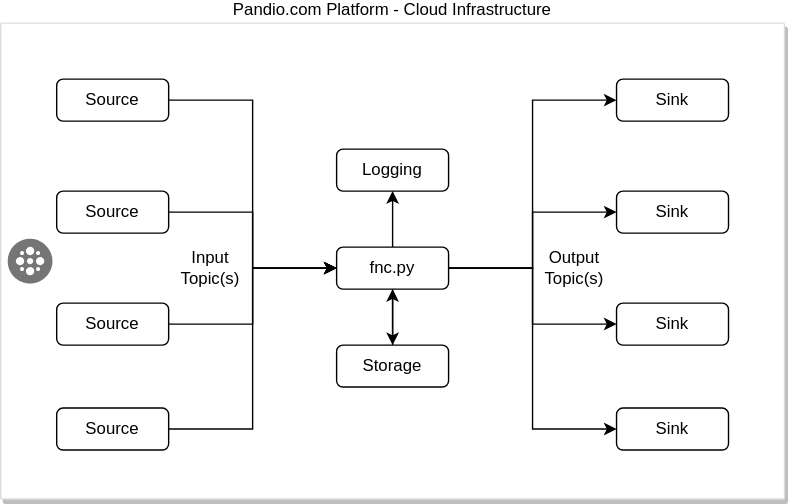
This is assets/PandioML+PandioCLI.svg from pandio-com/pandioml, a draw.io export, as it was before one commit. Source tidied: cells renumbered, new cells last; positions are measured from the earlier drawing's top-left corner, leaving out a move shared by most shapes. Its diagram source:
```xml
<mxGraphModel>
  <root>
    <mxCell id="0" />
    <mxCell id="1" parent="0" />
    <mxCell id="2" value="Pandio.com Platform - Cloud Infrastructure" style="strokeColor=#dddddd;shadow=1;strokeWidth=1;rounded=1;absoluteArcSize=1;arcSize=2;labelPosition=center;verticalLabelPosition=top;align=center;verticalAlign=bottom;" parent="1" vertex="1">
      <mxGeometry width="560" height="340" as="geometry" />
    </mxCell>
    <mxCell id="3" style="dashed=0;html=1;fillColor=#757575;strokeColor=none;shape=mxgraph.gcp2.cluster;labelPosition=right;verticalLabelPosition=middle;align=left;verticalAlign=middle;spacingLeft=5;fontSize=12;" parent="2" vertex="1">
      <mxGeometry y="0.5" width="32" height="32" relative="1" as="geometry">
        <mxPoint x="5" y="-16" as="offset" />
      </mxGeometry>
    </mxCell>
    <mxCell id="4" style="edgeStyle=orthogonalEdgeStyle;rounded=0;jettySize=auto;html=1;entryX=0;entryY=0.5;entryDx=0;entryDy=0;" parent="1" edge="1" source="5" target="18">
      <mxGeometry relative="1" as="geometry" />
    </mxCell>
    <mxCell id="5" value="Source" style="rounded=1;whiteSpace=wrap;html=1;" parent="1" vertex="1">
      <mxGeometry x="40" y="40" width="80" height="30" as="geometry" />
    </mxCell>
    <mxCell id="6" style="edgeStyle=orthogonalEdgeStyle;rounded=0;jettySize=auto;html=1;entryX=0;entryY=0.5;entryDx=0;entryDy=0;" parent="1" edge="1" source="7" target="18">
      <mxGeometry relative="1" as="geometry" />
    </mxCell>
    <mxCell id="7" value="Source" style="rounded=1;whiteSpace=wrap;html=1;" parent="1" vertex="1">
      <mxGeometry x="40" y="120" width="80" height="30" as="geometry" />
    </mxCell>
    <mxCell id="8" style="edgeStyle=orthogonalEdgeStyle;rounded=0;jettySize=auto;html=1;entryX=0;entryY=0.5;entryDx=0;entryDy=0;" parent="1" edge="1" source="9" target="18">
      <mxGeometry relative="1" as="geometry" />
    </mxCell>
    <mxCell id="9" value="Source" style="rounded=1;whiteSpace=wrap;html=1;" parent="1" vertex="1">
      <mxGeometry x="40" y="200" width="80" height="30" as="geometry" />
    </mxCell>
    <mxCell id="10" style="edgeStyle=orthogonalEdgeStyle;rounded=0;jettySize=auto;html=1;entryX=0;entryY=0.5;entryDx=0;entryDy=0;" parent="1" edge="1" source="11" target="18">
      <mxGeometry relative="1" as="geometry" />
    </mxCell>
    <mxCell id="11" value="Source" style="rounded=1;whiteSpace=wrap;html=1;" parent="1" vertex="1">
      <mxGeometry x="40" y="275" width="80" height="30" as="geometry" />
    </mxCell>
    <mxCell id="12" style="edgeStyle=orthogonalEdgeStyle;rounded=0;jettySize=auto;html=1;entryX=0;entryY=0.5;entryDx=0;entryDy=0;" parent="1" edge="1" source="18" target="20">
      <mxGeometry relative="1" as="geometry" />
    </mxCell>
    <mxCell id="13" style="edgeStyle=orthogonalEdgeStyle;rounded=0;jettySize=auto;html=1;entryX=0;entryY=0.5;entryDx=0;entryDy=0;" parent="1" edge="1" source="18" target="19">
      <mxGeometry relative="1" as="geometry" />
    </mxCell>
    <mxCell id="14" style="edgeStyle=orthogonalEdgeStyle;rounded=0;jettySize=auto;html=1;entryX=0;entryY=0.5;entryDx=0;entryDy=0;" parent="1" edge="1" source="18" target="21">
      <mxGeometry relative="1" as="geometry" />
    </mxCell>
    <mxCell id="15" style="edgeStyle=orthogonalEdgeStyle;rounded=0;jettySize=auto;html=1;entryX=0;entryY=0.5;entryDx=0;entryDy=0;" parent="1" edge="1" source="18" target="22">
      <mxGeometry relative="1" as="geometry" />
    </mxCell>
    <mxCell id="16" style="edgeStyle=orthogonalEdgeStyle;rounded=0;jettySize=auto;html=1;" parent="1" edge="1" source="18" target="24">
      <mxGeometry relative="1" as="geometry" />
    </mxCell>
    <mxCell id="17" style="edgeStyle=orthogonalEdgeStyle;rounded=0;jettySize=auto;html=1;entryX=0.5;entryY=1;entryDx=0;entryDy=0;" parent="1" edge="1" source="18" target="25">
      <mxGeometry relative="1" as="geometry" />
    </mxCell>
    <mxCell id="18" value="fnc.py" style="rounded=1;whiteSpace=wrap;html=1;" parent="1" vertex="1">
      <mxGeometry x="240" y="160" width="80" height="30" as="geometry" />
    </mxCell>
    <mxCell id="19" value="Sink" style="rounded=1;whiteSpace=wrap;html=1;" parent="1" vertex="1">
      <mxGeometry x="440" y="120" width="80" height="30" as="geometry" />
    </mxCell>
    <mxCell id="20" value="Sink" style="rounded=1;whiteSpace=wrap;html=1;" parent="1" vertex="1">
      <mxGeometry x="440" y="40" width="80" height="30" as="geometry" />
    </mxCell>
    <mxCell id="21" value="Sink" style="rounded=1;whiteSpace=wrap;html=1;" parent="1" vertex="1">
      <mxGeometry x="440" y="200" width="80" height="30" as="geometry" />
    </mxCell>
    <mxCell id="22" value="Sink" style="rounded=1;whiteSpace=wrap;html=1;" parent="1" vertex="1">
      <mxGeometry x="440" y="275" width="80" height="30" as="geometry" />
    </mxCell>
    <mxCell id="23" style="edgeStyle=orthogonalEdgeStyle;rounded=0;jettySize=auto;html=1;entryX=0.5;entryY=1;entryDx=0;entryDy=0;" parent="1" edge="1" source="24" target="18">
      <mxGeometry relative="1" as="geometry" />
    </mxCell>
    <mxCell id="24" value="Storage" style="rounded=1;whiteSpace=wrap;html=1;" parent="1" vertex="1">
      <mxGeometry x="240" y="230" width="80" height="30" as="geometry" />
    </mxCell>
    <mxCell id="25" value="Logging" style="rounded=1;whiteSpace=wrap;html=1;" parent="1" vertex="1">
      <mxGeometry x="240" y="90" width="80" height="30" as="geometry" />
    </mxCell>
    <mxCell id="26" value="Input Topic(s)" style="text;html=1;strokeColor=none;fillColor=none;align=center;verticalAlign=middle;whiteSpace=wrap;rounded=0;" parent="1" vertex="1">
      <mxGeometry x="130" y="165" width="40" height="20" as="geometry" />
    </mxCell>
    <mxCell id="27" value="Output Topic(s)" style="text;html=1;strokeColor=none;fillColor=none;align=center;verticalAlign=middle;whiteSpace=wrap;rounded=0;" parent="1" vertex="1">
      <mxGeometry x="390" y="165" width="40" height="20" as="geometry" />
    </mxCell>
  </root>
</mxGraphModel>
```
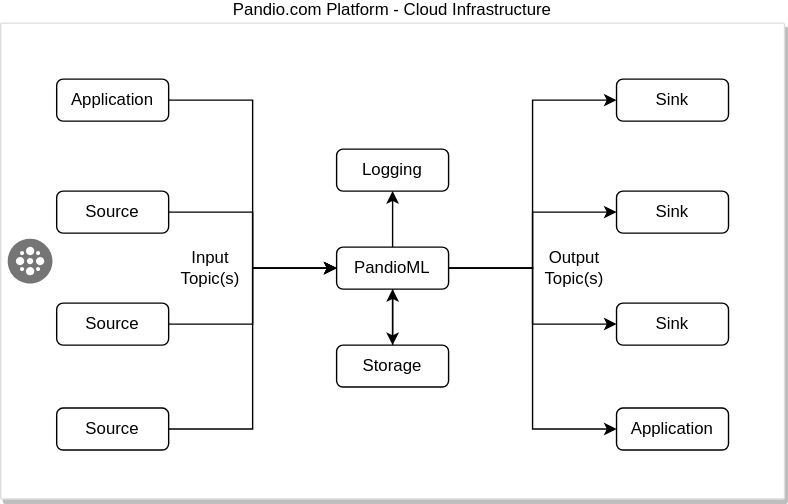
After the commit.

Diff of the diagram source:
```diff
@@ -13,7 +13,7 @@
     <mxCell id="4" style="edgeStyle=orthogonalEdgeStyle;rounded=0;jettySize=auto;html=1;entryX=0;entryY=0.5;entryDx=0;entryDy=0;" parent="1" edge="1" source="5" target="18">
       <mxGeometry relative="1" as="geometry" />
     </mxCell>
-    <mxCell id="5" value="Source" style="rounded=1;whiteSpace=wrap;html=1;" parent="1" vertex="1">
+    <mxCell id="5" value="Application" style="rounded=1;whiteSpace=wrap;html=1;" parent="1" vertex="1">
       <mxGeometry x="40" y="40" width="80" height="30" as="geometry" />
     </mxCell>
     <mxCell id="6" style="edgeStyle=orthogonalEdgeStyle;rounded=0;jettySize=auto;html=1;entryX=0;entryY=0.5;entryDx=0;entryDy=0;" parent="1" edge="1" source="7" target="18">
@@ -52,7 +52,7 @@
     <mxCell id="17" style="edgeStyle=orthogonalEdgeStyle;rounded=0;jettySize=auto;html=1;entryX=0.5;entryY=1;entryDx=0;entryDy=0;" parent="1" edge="1" source="18" target="25">
       <mxGeometry relative="1" as="geometry" />
     </mxCell>
-    <mxCell id="18" value="fnc.py" style="rounded=1;whiteSpace=wrap;html=1;" parent="1" vertex="1">
+    <mxCell id="18" value="PandioML" style="rounded=1;whiteSpace=wrap;html=1;" parent="1" vertex="1">
       <mxGeometry x="240" y="160" width="80" height="30" as="geometry" />
     </mxCell>
     <mxCell id="19" value="Sink" style="rounded=1;whiteSpace=wrap;html=1;" parent="1" vertex="1">
@@ -64,7 +64,7 @@
     <mxCell id="21" value="Sink" style="rounded=1;whiteSpace=wrap;html=1;" parent="1" vertex="1">
       <mxGeometry x="440" y="200" width="80" height="30" as="geometry" />
     </mxCell>
-    <mxCell id="22" value="Sink" style="rounded=1;whiteSpace=wrap;html=1;" parent="1" vertex="1">
+    <mxCell id="22" value="Application" style="rounded=1;whiteSpace=wrap;html=1;" parent="1" vertex="1">
       <mxGeometry x="440" y="275" width="80" height="30" as="geometry" />
     </mxCell>
     <mxCell id="23" style="edgeStyle=orthogonalEdgeStyle;rounded=0;jettySize=auto;html=1;entryX=0.5;entryY=1;entryDx=0;entryDy=0;" parent="1" edge="1" source="24" target="18">
```
